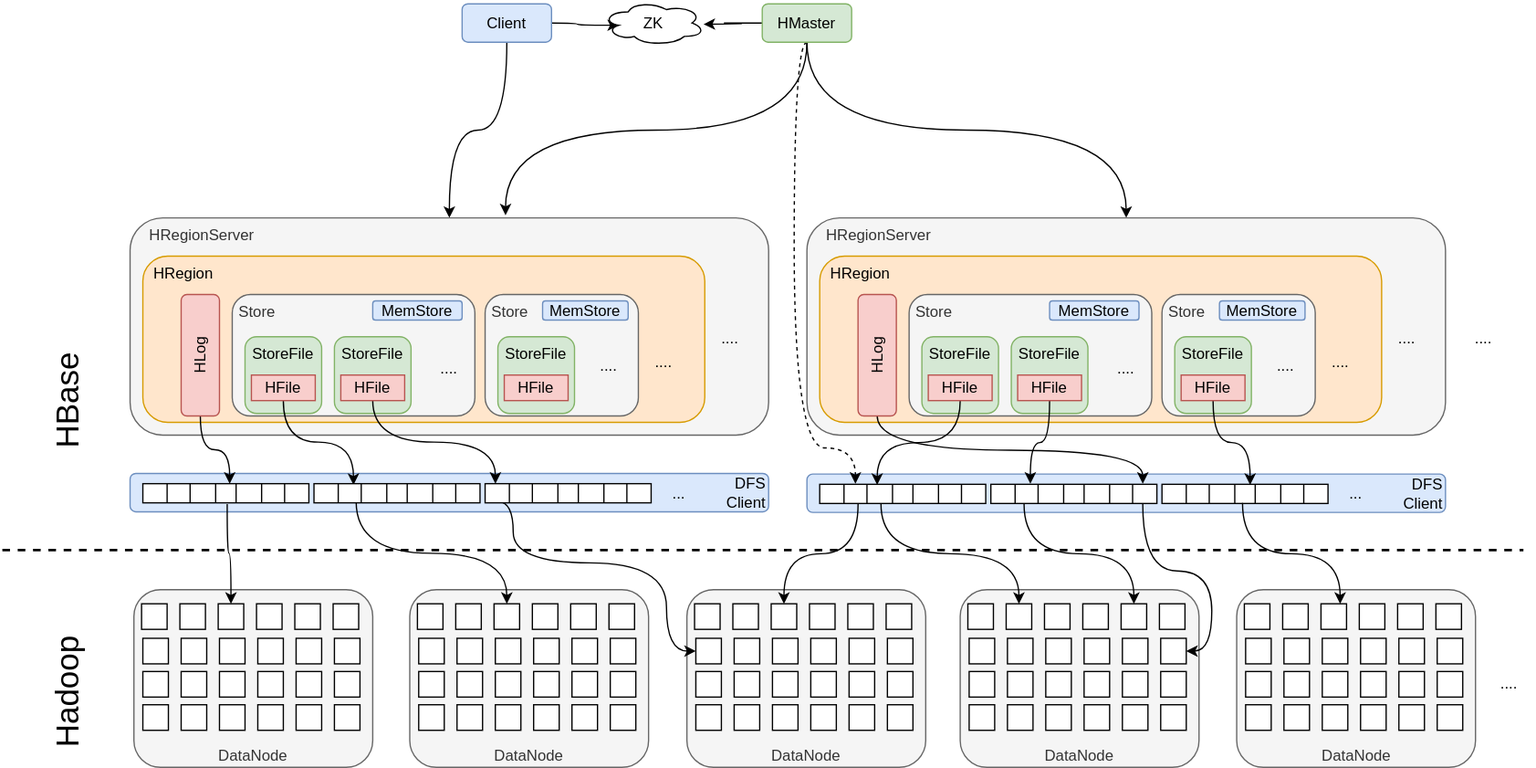
This is sources/hbase架构.svg from zjwblog/draw.io, a draw.io export, as it was before one commit. Source tidied: cells renumbered, new cells last; positions are measured from the earlier drawing's top-left corner, leaving out a move shared by most shapes.
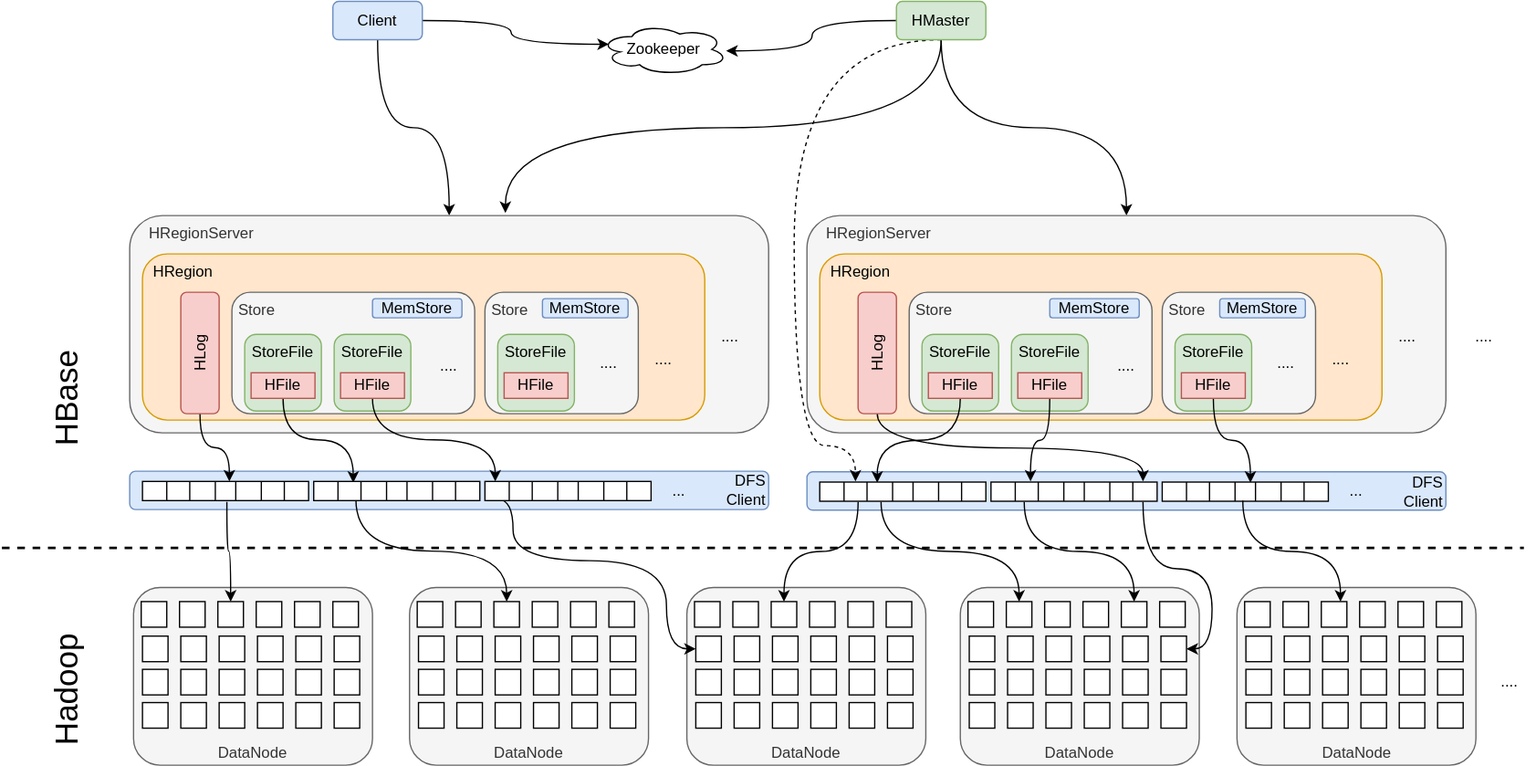
After the change.

Change to the diagram source:
```diff
@@ -39,16 +39,16 @@
     <mxCell id="11" style="edgeStyle=orthogonalEdgeStyle;curved=1;rounded=0;jettySize=auto;html=1;exitX=0.508;exitY=1.067;exitDx=0;exitDy=0;entryX=0.5;entryY=0;entryDx=0;entryDy=0;strokeWidth=1;exitPerimeter=0;" parent="1" edge="1" source="67" target="125">
       <mxGeometry relative="1" as="geometry" />
     </mxCell>
-    <mxCell id="12" style="edgeStyle=orthogonalEdgeStyle;rounded=0;jettySize=auto;html=1;entryX=0.16;entryY=0.55;entryDx=0;entryDy=0;entryPerimeter=0;elbow=vertical;curved=1;" parent="1" edge="1" source="14" target="20">
+    <mxCell id="12" style="edgeStyle=orthogonalEdgeStyle;rounded=0;jettySize=auto;html=1;entryX=0.07;entryY=0.4;entryDx=0;entryDy=0;entryPerimeter=0;elbow=vertical;curved=1;" parent="1" edge="1" source="14" target="20">
       <mxGeometry relative="1" as="geometry" />
     </mxCell>
     <mxCell id="13" style="edgeStyle=orthogonalEdgeStyle;rounded=0;jettySize=auto;html=1;entryX=0.5;entryY=0;entryDx=0;entryDy=0;exitX=0.5;exitY=1;exitDx=0;exitDy=0;curved=1;" parent="1" edge="1" source="14" target="21">
       <mxGeometry relative="1" as="geometry" />
     </mxCell>
     <mxCell id="14" value="Client" style="rounded=1;whiteSpace=wrap;html=1;fillColor=#dae8fc;strokeColor=#6c8ebf;" parent="1" vertex="1">
-      <mxGeometry x="360" y="2.5" width="70" height="30" as="geometry" />
+      <mxGeometry x="259" y="2.5" width="70" height="30" as="geometry" />
     </mxCell>
-    <mxCell id="15" style="edgeStyle=entityRelationEdgeStyle;rounded=0;jettySize=auto;html=1;entryX=0.988;entryY=0.529;entryDx=0;entryDy=0;entryPerimeter=0;" parent="1" edge="1" source="19" target="20">
+    <mxCell id="15" style="edgeStyle=orthogonalEdgeStyle;rounded=0;jettySize=auto;html=1;entryX=0.988;entryY=0.529;entryDx=0;entryDy=0;entryPerimeter=0;curved=1;" parent="1" edge="1" source="19" target="20">
       <mxGeometry relative="1" as="geometry" />
     </mxCell>
     <mxCell id="16" style="edgeStyle=orthogonalEdgeStyle;curved=1;rounded=0;jettySize=auto;html=1;exitX=0.5;exitY=1;exitDx=0;exitDy=0;entryX=0.588;entryY=-0.012;entryDx=0;entryDy=0;entryPerimeter=0;" parent="1" edge="1" source="19" target="21">
@@ -67,10 +67,10 @@
       </mxGeometry>
     </mxCell>
     <mxCell id="19" value="HMaster" style="rounded=1;whiteSpace=wrap;html=1;fillColor=#d5e8d4;strokeColor=#82b366;" parent="1" vertex="1">
-      <mxGeometry x="595" y="2.5" width="70" height="30" as="geometry" />
+      <mxGeometry x="700" y="2.5" width="70" height="30" as="geometry" />
     </mxCell>
-    <mxCell id="20" value="ZK" style="ellipse;shape=cloud;whiteSpace=wrap;html=1;" parent="1" vertex="1">
-      <mxGeometry x="470" width="80" height="35" as="geometry" />
+    <mxCell id="20" value="Zookeeper" style="ellipse;shape=cloud;whiteSpace=wrap;html=1;" parent="1" vertex="1">
+      <mxGeometry x="468" y="20" width="100" height="40" as="geometry" />
     </mxCell>
     <mxCell id="21" value="&amp;nbsp; &amp;nbsp; HRegionServer" style="rounded=1;whiteSpace=wrap;html=1;align=left;verticalAlign=top;fillColor=#f5f5f5;strokeColor=#666666;fontColor=#333333;" parent="1" vertex="1">
       <mxGeometry x="100" y="170" width="500" height="170" as="geometry" />
```
